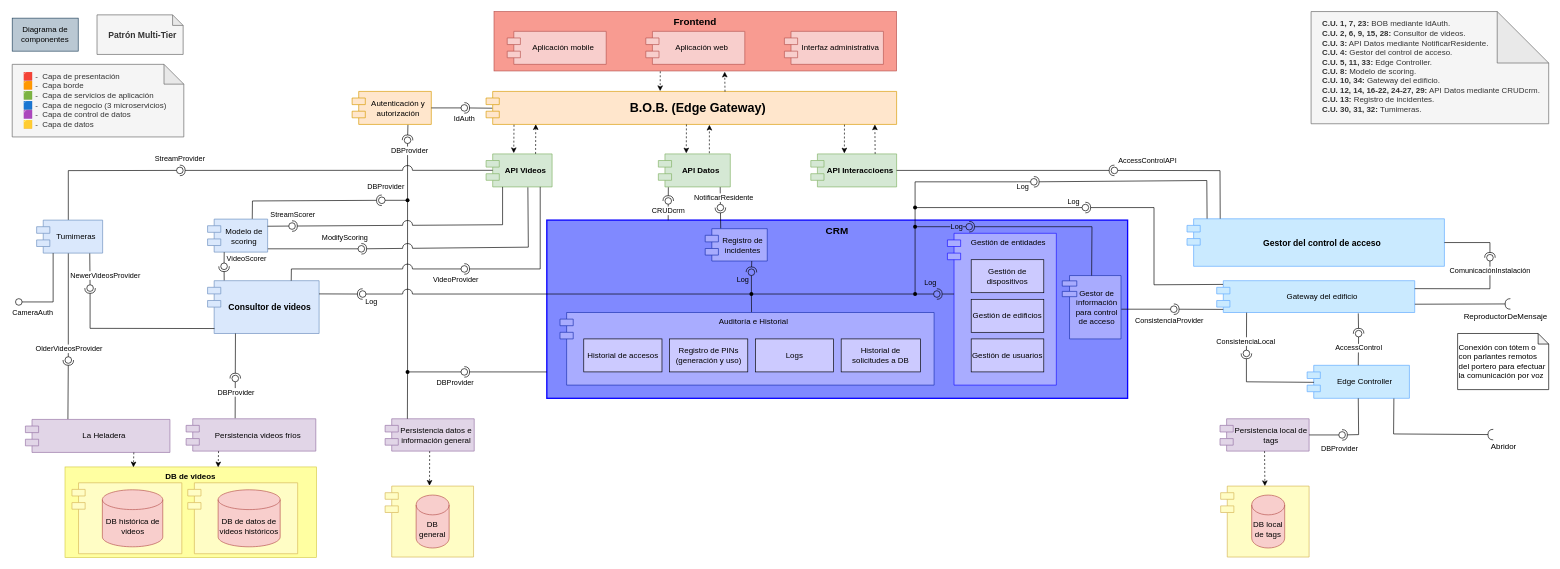
This is Documentación de la arquitectura/Diagramas/Editables-drawio/Diagrama-de-componentes.drawio from LIMoreno04/Caso-de-estudio---WolfSys---Arquitectura, a draw.io file, before an edit. Source tidied: cells renumbered, new cells numbered last; positions are measured from the earlier drawing's top-left corner, leaving out a move shared by most shapes. Both pictures are drawn from the tidied source at 66%, with x=0, y=0 at pixel (12, 11).
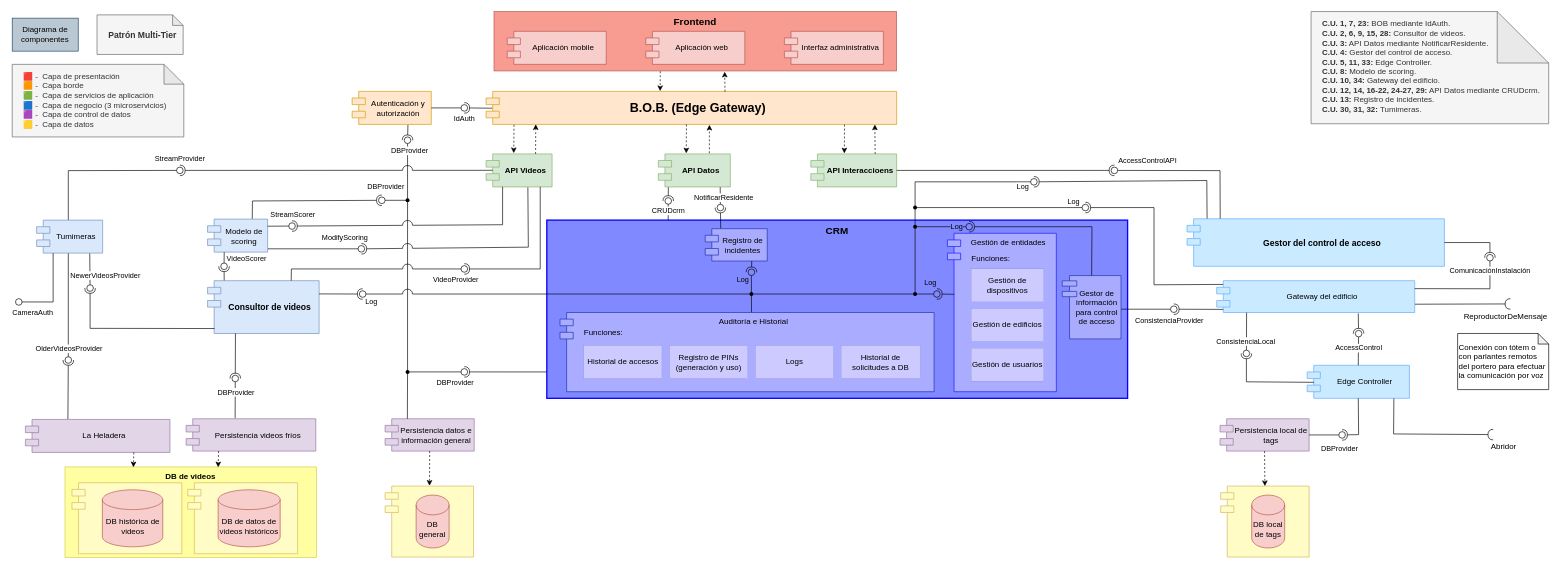
Above is the later version.

Commit message (it also covers changes not shown here):
update diagrama de componentes

Unchanged cells that the change refers to:
```xml
<mxCell id="100" style="ellipse;whiteSpace=wrap;html=1;align=center;fillColor=none;strokeColor=none;perimeter=centerPerimeter;points=[];outlineConnect=1;" parent="1" vertex="1">
  <mxGeometry x="1396" y="423" width="10" height="10" as="geometry" />
</mxCell>
```

Change to the diagram source:
```diff
@@
     <mxCell id="76" style="group;" parent="1" vertex="1">
-      <mxGeometry x="830" y="456" width="566.8" height="110" as="geometry" />
+      <mxGeometry x="830" y="456" width="566.8" height="120" as="geometry" />
     </mxCell>
     <mxCell id="77" value="Auditoría e Historial" style="shape=module;align=left;spacingLeft=20;align=center;verticalAlign=top;whiteSpace=wrap;html=1;fillColor=light-dark(#a9acff, #ededed);strokeColor=#1A31AF;" parent="76" vertex="1">
-      <mxGeometry width="566.8" height="110" as="geometry" />
+      <mxGeometry width="566.8" height="120" as="geometry" />
     </mxCell>
-    <mxCell id="78" value="Historial de accesos" style="html=1;whiteSpace=wrap;fillColor=#CCCAFF;" parent="76" vertex="1">
-      <mxGeometry x="36" y="40" width="118.5" height="50" as="geometry" />
+    <mxCell id="78" value="Historial de accesos" style="html=1;whiteSpace=wrap;fillColor=#CCCAFF;strokeWidth=0;" parent="76" vertex="1">
+      <mxGeometry x="36" y="50" width="118.5" height="50" as="geometry" />
     </mxCell>
-    <mxCell id="79" value="Registro de PINs (generación y uso)" style="html=1;whiteSpace=wrap;fillColor=#CCCAFF;" parent="76" vertex="1">
-      <mxGeometry x="166" y="40" width="118.5" height="50" as="geometry" />
+    <mxCell id="79" value="Registro de PINs (generación y uso)" style="html=1;whiteSpace=wrap;fillColor=#CCCAFF;strokeWidth=0;" parent="76" vertex="1">
+      <mxGeometry x="166" y="50" width="118.5" height="50" as="geometry" />
     </mxCell>
-    <mxCell id="80" value="Historial de solicitudes a DB" style="html=1;whiteSpace=wrap;fillColor=#CCCAFF;" parent="76" vertex="1">
-      <mxGeometry x="426" y="40" width="120" height="50" as="geometry" />
+    <mxCell id="80" value="Historial de solicitudes a DB" style="html=1;whiteSpace=wrap;fillColor=#CCCAFF;strokeWidth=0;" parent="76" vertex="1">
+      <mxGeometry x="426" y="50" width="120" height="50" as="geometry" />
     </mxCell>
-    <mxCell id="81" value="Logs" style="html=1;whiteSpace=wrap;fillColor=#CCCAFF;" parent="76" vertex="1">
-      <mxGeometry x="296" y="40" width="118.5" height="50" as="geometry" />
+    <mxCell id="81" value="Logs" style="html=1;whiteSpace=wrap;fillColor=#CCCAFF;strokeWidth=0;" parent="76" vertex="1">
+      <mxGeometry x="296" y="50" width="118.5" height="50" as="geometry" />
     </mxCell>
+    <mxCell id="192" value="Funciones:" style="text;html=1;align=center;verticalAlign=middle;whiteSpace=wrap;rounded=0;" parent="76" vertex="1">
+      <mxGeometry x="36" y="16" width="60" height="30" as="geometry" />
+    </mxCell>
     <mxCell id="82" style="group;" parent="1" vertex="1">
-      <mxGeometry x="1417" y="336" width="165" height="230" as="geometry" />
+      <mxGeometry x="1417" y="336" width="165" height="240" as="geometry" />
     </mxCell>
     <mxCell id="83" value="Gestión de entidades" style="shape=module;align=left;spacingLeft=20;align=center;verticalAlign=top;whiteSpace=wrap;html=1;strokeColor=light-dark(#1A13FF,#421DFF);fillColor=light-dark(#A9ACFF,#EDEDED);gradientColor=none;" parent="82" vertex="1">
-      <mxGeometry width="165" height="230" as="geometry" />
+      <mxGeometry width="165" height="240" as="geometry" />
     </mxCell>
-    <mxCell id="84" value="Gestión de usuarios" style="html=1;whiteSpace=wrap;fillColor=light-dark(#cccaff, #ededed);" parent="82" vertex="1">
-      <mxGeometry x="36" y="160" width="110" height="50" as="geometry" />
+    <mxCell id="84" value="Gestión de usuarios" style="html=1;whiteSpace=wrap;fillColor=light-dark(#cccaff, #ededed);strokeWidth=0;" parent="82" vertex="1">
+      <mxGeometry x="36" y="174" width="110" height="50" as="geometry" />
     </mxCell>
-    <mxCell id="85" value="Gestión de edificios" style="html=1;whiteSpace=wrap;fillColor=light-dark(#cccaff, #ededed);" parent="82" vertex="1">
-      <mxGeometry x="36" y="100" width="110" height="50" as="geometry" />
+    <mxCell id="85" value="Gestión de edificios" style="html=1;whiteSpace=wrap;fillColor=light-dark(#cccaff, #ededed);strokeWidth=0;" parent="82" vertex="1">
+      <mxGeometry x="36" y="114" width="110" height="50" as="geometry" />
     </mxCell>
-    <mxCell id="86" value="Gestión de dispositivos" style="html=1;whiteSpace=wrap;fillColor=light-dark(#cccaff, #ededed);" parent="82" vertex="1">
-      <mxGeometry x="36" y="40" width="110" height="50" as="geometry" />
+    <mxCell id="86" value="Gestión de dispositivos" style="html=1;whiteSpace=wrap;fillColor=light-dark(#cccaff, #ededed);strokeWidth=0;" parent="82" vertex="1">
+      <mxGeometry x="36" y="54" width="110" height="50" as="geometry" />
     </mxCell>
+    <mxCell id="193" value="Funciones:" style="text;html=1;align=center;verticalAlign=middle;whiteSpace=wrap;rounded=0;" parent="82" vertex="1">
+      <mxGeometry x="36" y="24" width="60" height="30" as="geometry" />
+    </mxCell>
@@
-    <mxCell id="97" style="rounded=0;jettySize=auto;html=1;endArrow=halfCircle;endFill=0;endSize=6;strokeWidth=1;sketch=0;exitX=0.061;exitY=0.4;exitDx=0;exitDy=0;exitPerimeter=0;" parent="1" edge="1" source="83" target="100">
+    <mxCell id="97" style="rounded=0;jettySize=auto;html=1;endArrow=halfCircle;endFill=0;endSize=6;strokeWidth=1;sketch=0;exitX=0.063;exitY=0.385;exitDx=0;exitDy=0;exitPerimeter=0;" parent="1" edge="1" source="83" target="100">
       <mxGeometry relative="1" as="geometry" />
     </mxCell>
```
